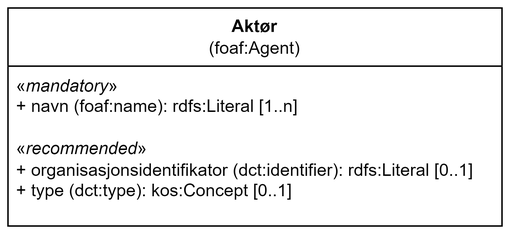
Earlier version of the draw.io export docs/images/Klassen-Aktør.png (Informasjonsforvaltning/dcat-ap-no). Source tidied: cells renumbered, new cells last; positions are measured from the earlier drawing's top-left corner, leaving out a move shared by most shapes.
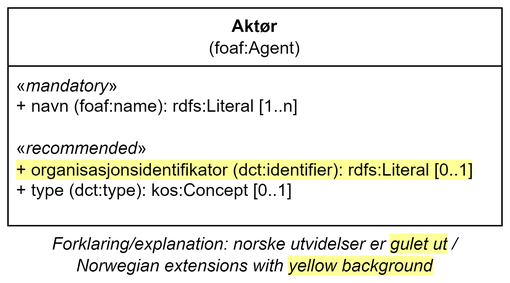
Above is the later version.

Commit message:
Oppdaterer norsk utvidelse - Aktør

What changed in the source:
```diff
@@ -5,8 +5,11 @@
     <mxCell id="2" value="Aktør&lt;br&gt;&lt;span style=&quot;font-weight: normal;&quot;&gt;(foaf:Agent)&lt;/span&gt;" style="swimlane;whiteSpace=wrap;html=1;startSize=40;" parent="1" vertex="1">
       <mxGeometry width="340" height="150" as="geometry" />
     </mxCell>
-    <mxCell id="3" value="&lt;div&gt;«&lt;i&gt;mandatory&lt;/i&gt;»&lt;/div&gt;&lt;div&gt;+ navn (foaf:name): rdfs:Literal [1..n]&lt;/div&gt;&lt;div&gt;&lt;br&gt;&lt;/div&gt;&lt;div&gt;«&lt;i&gt;recommended&lt;/i&gt;»&lt;/div&gt;&lt;div&gt;+ organisasjonsidentifikator (dct:identifier): rdfs:Literal [0..1]&lt;/div&gt;&lt;div&gt;+ type (dct:type): kos:Concept [0..1]&lt;/div&gt;" style="text;strokeColor=none;fillColor=none;align=left;verticalAlign=top;spacingLeft=4;spacingRight=4;overflow=hidden;whiteSpace=wrap;html=1;" parent="2" vertex="1">
+    <mxCell id="3" value="&lt;div&gt;«&lt;i&gt;mandatory&lt;/i&gt;»&lt;/div&gt;&lt;div&gt;+ navn (foaf:name): rdfs:Literal [1..n]&lt;/div&gt;&lt;div&gt;&lt;br&gt;&lt;/div&gt;&lt;div&gt;«&lt;i&gt;recommended&lt;/i&gt;»&lt;/div&gt;&lt;div&gt;&lt;span style=&quot;background-color: rgb(255, 255, 153);&quot;&gt;+ organisasjonsidentifikator (dct:identifier): rdfs:Literal [0..1]&lt;/span&gt;&lt;/div&gt;&lt;div&gt;+ type (dct:type): kos:Concept [0..1]&lt;/div&gt;" style="text;strokeColor=none;fillColor=none;align=left;verticalAlign=top;spacingLeft=4;spacingRight=4;overflow=hidden;whiteSpace=wrap;html=1;" parent="2" vertex="1">
       <mxGeometry y="40" width="340" height="100" as="geometry" />
     </mxCell>
+    <mxCell id="4" value="Forklaring/explanation: norske utvidelser er&amp;nbsp;&lt;span style=&quot;background-color: rgb(255, 255, 153);&quot;&gt;gulet ut&lt;/span&gt;&lt;span style=&quot;background-color: rgb(255 , 255 , 255)&quot;&gt;&amp;nbsp;/ &lt;br&gt;Norwegian extensions with &lt;/span&gt;&lt;span style=&quot;background-color: rgb(255, 255, 153);&quot;&gt;yellow background&lt;/span&gt;" style="text;html=1;strokeColor=none;fillColor=none;align=center;verticalAlign=middle;whiteSpace=wrap;rounded=0;fontStyle=2;" parent="1" vertex="1">
+      <mxGeometry x="5" y="160" width="330" height="20" as="geometry" />
+    </mxCell>
   </root>
 </mxGraphModel>
```
